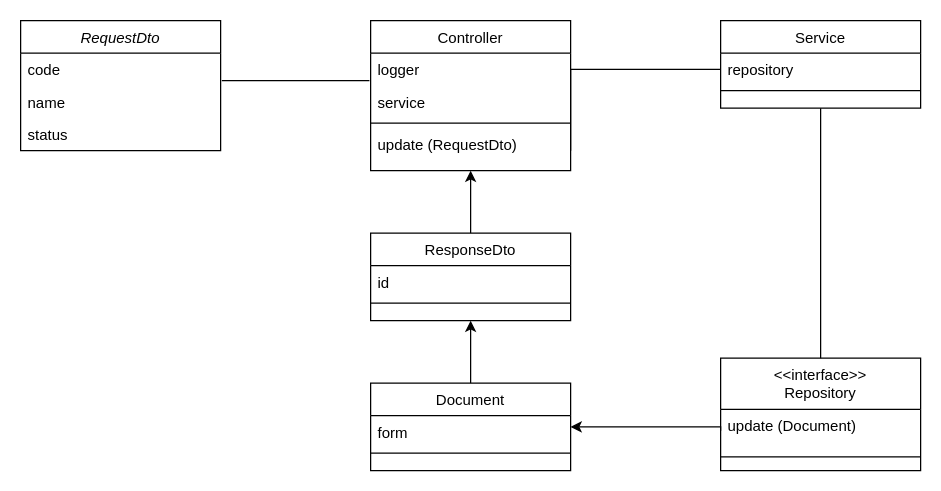
Before: page "1. Update form" (9 of 11) of Class diagram.drawio in mitgaming/drawio, a draw.io diagram. Source tidied: cells renumbered, new cells numbered last; positions are measured from the earlier drawing's top-left corner, leaving out a move shared by most shapes. Both pictures are drawn from the tidied source at 125%, with x=0, y=0 at pixel (20, 20).
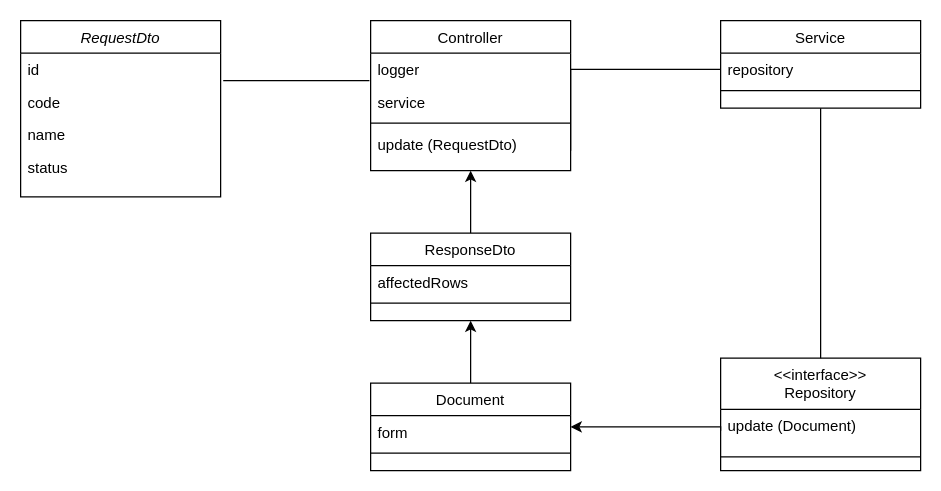
The same diagram, later.

Unchanged cells that the change refers to:
```xml
<mxCell id="15" value="service" style="text;align=left;verticalAlign=top;spacingLeft=4;spacingRight=4;overflow=hidden;points=[[0,0.5],[1,0.5]];portConstraint=eastwest;rounded=0;shadow=0;html=0;" parent="13" vertex="1">
  <mxGeometry y="52" width="160" height="26" as="geometry" />
</mxCell>
<mxCell id="23" value="ResponseDto" style="swimlane;fontStyle=0;align=center;verticalAlign=top;horizontal=1;startSize=26;rounded=0;shadow=0;strokeWidth=1;" parent="1" vertex="1">
  <mxGeometry x="280" y="170" width="160" height="70" as="geometry" />
</mxCell>
```

Change to the diagram source:
```diff
@@
     <mxCell id="2" value="RequestDto" style="swimlane;fontStyle=2;align=center;verticalAlign=top;horizontal=1;startSize=26;rounded=0;shadow=0;strokeWidth=1;" parent="1" vertex="1">
-      <mxGeometry width="160" height="104" as="geometry" />
+      <mxGeometry width="160" height="141" as="geometry" />
     </mxCell>
+    <mxCell id="29" value="id" style="text;align=left;verticalAlign=top;spacingLeft=4;spacingRight=4;overflow=hidden;points=[[0,0.5],[1,0.5]];portConstraint=eastwest;rounded=0;shadow=0;html=0;" parent="2" vertex="1">
+      <mxGeometry y="26" width="160" height="26" as="geometry" />
+    </mxCell>
     <mxCell id="3" value="code" style="text;align=left;verticalAlign=top;spacingLeft=4;spacingRight=4;overflow=hidden;" parent="2" vertex="1">
-      <mxGeometry y="26" width="160" height="26" as="geometry" />
+      <mxGeometry y="52" width="160" height="26" as="geometry" />
     </mxCell>
     <mxCell id="4" value="name" style="text;align=left;verticalAlign=top;spacingLeft=4;spacingRight=4;overflow=hidden;points=[[0,0.5],[1,0.5]];portConstraint=eastwest;rounded=0;shadow=0;html=0;" parent="2" vertex="1">
-      <mxGeometry y="52" width="160" height="26" as="geometry" />
+      <mxGeometry y="78" width="160" height="26" as="geometry" />
     </mxCell>
     <mxCell id="5" value="status" style="text;align=left;verticalAlign=top;spacingLeft=4;spacingRight=4;overflow=hidden;rounded=0;shadow=0;html=0;" parent="2" vertex="1">
-      <mxGeometry y="78" width="160" height="26" as="geometry" />
+      <mxGeometry y="104" width="160" height="26" as="geometry" />
     </mxCell>
@@
-    <mxCell id="24" value="id" style="text;align=left;verticalAlign=top;spacingLeft=4;spacingRight=4;overflow=hidden;" parent="23" vertex="1">
+    <mxCell id="24" value="affectedRows" style="text;align=left;verticalAlign=top;spacingLeft=4;spacingRight=4;overflow=hidden;" parent="23" vertex="1">
       <mxGeometry y="26" width="160" height="26" as="geometry" />
     </mxCell>
@@
-    <mxCell id="26" style="endArrow=none;html=1;exitX=1.006;exitY=-0.154;exitDx=0;exitDy=0;entryX=-0.006;entryY=-0.154;entryDx=0;entryDy=0;exitPerimeter=0;entryPerimeter=0;" parent="1" edge="1" source="4" target="15">
+    <mxCell id="26" style="endArrow=none;html=1;exitX=1.013;exitY=0.846;exitDx=0;exitDy=0;entryX=-0.006;entryY=-0.154;entryDx=0;entryDy=0;exitPerimeter=0;entryPerimeter=0;" parent="1" edge="1" source="29" target="15">
       <mxGeometry relative="1" as="geometry" />
     </mxCell>
```
